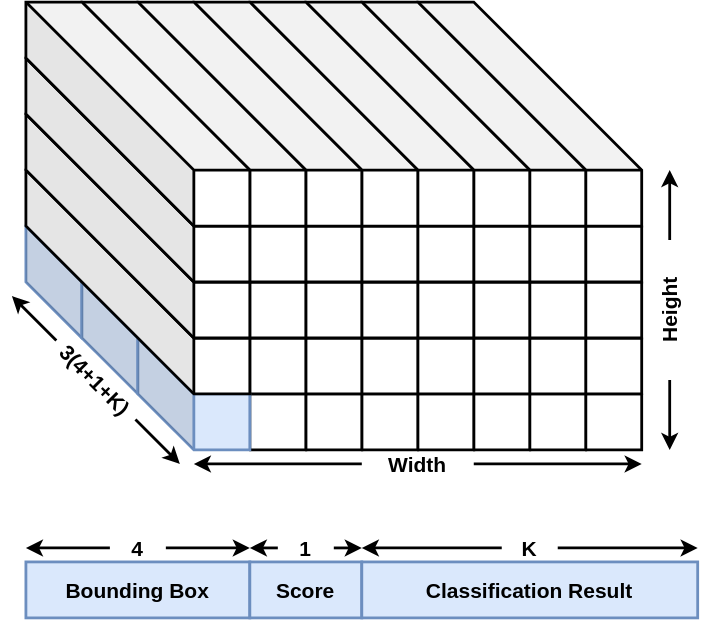
yyhtbs-yye/course_images keeps this draw.io diagram as Feature Map Outputs.svg. Above is the earlier version. Source tidied: cells renumbered, new cells last; positions are measured from the earlier drawing's top-left corner, leaving out a move shared by most shapes.
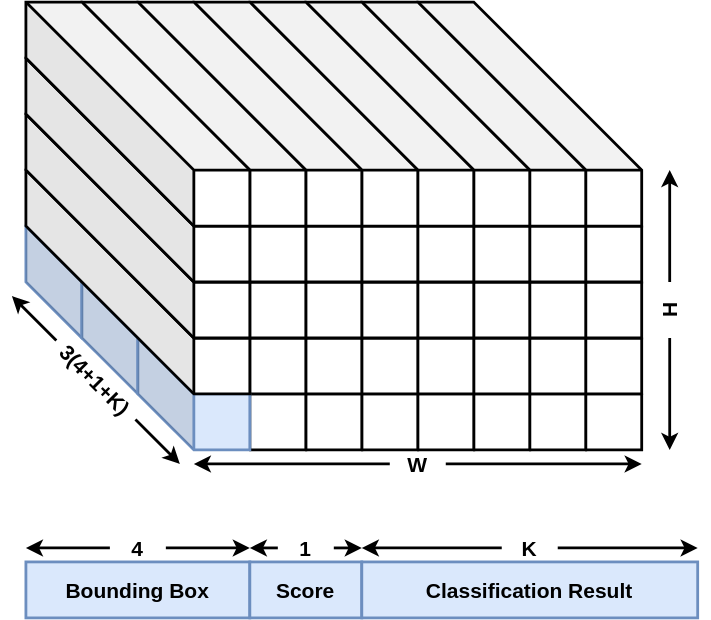
Above is the later version.

Change to the diagram source:
```diff
@@ -120,8 +120,8 @@
         <mxPoint x="130" y="330" as="sourcePoint" />
       </mxGeometry>
     </mxCell>
-    <mxCell id="40" value="Width" style="text;html=1;strokeColor=none;fillColor=none;align=center;verticalAlign=middle;whiteSpace=wrap;rounded=0;fontSize=15;fontStyle=1;strokeWidth=2;" parent="1" vertex="1">
-      <mxGeometry x="250" y="320" width="80" height="20" as="geometry" />
+    <mxCell id="40" value="W" style="text;html=1;strokeColor=none;fillColor=none;align=center;verticalAlign=middle;whiteSpace=wrap;rounded=0;fontSize=15;fontStyle=1;strokeWidth=2;" parent="1" vertex="1">
+      <mxGeometry x="270" y="320" width="40" height="20" as="geometry" />
     </mxCell>
     <mxCell id="41" style="endArrow=classic;startArrow=none;html=1;rounded=0;fontSize=15;strokeWidth=2;" parent="1" edge="1" source="43">
       <mxGeometry relative="1" as="geometry">
@@ -133,8 +133,8 @@
         <mxPoint x="470" y="320" as="sourcePoint" />
       </mxGeometry>
     </mxCell>
-    <mxCell id="43" value="Height" style="text;html=1;strokeColor=none;fillColor=none;align=center;verticalAlign=middle;whiteSpace=wrap;rounded=0;fontSize=15;rotation=-90;fontStyle=1;strokeWidth=2;" parent="1" vertex="1">
-      <mxGeometry x="420" y="210" width="100" height="20" as="geometry" />
+    <mxCell id="43" value="H" style="text;html=1;strokeColor=none;fillColor=none;align=center;verticalAlign=middle;whiteSpace=wrap;rounded=0;fontSize=15;rotation=-90;fontStyle=1;strokeWidth=2;" parent="1" vertex="1">
+      <mxGeometry x="450" y="210" width="40" height="20" as="geometry" />
     </mxCell>
     <mxCell id="44" style="endArrow=classic;startArrow=none;html=1;rounded=0;fontSize=15;strokeWidth=2;" parent="1" edge="1" source="46">
       <mxGeometry relative="1" as="geometry">
```
